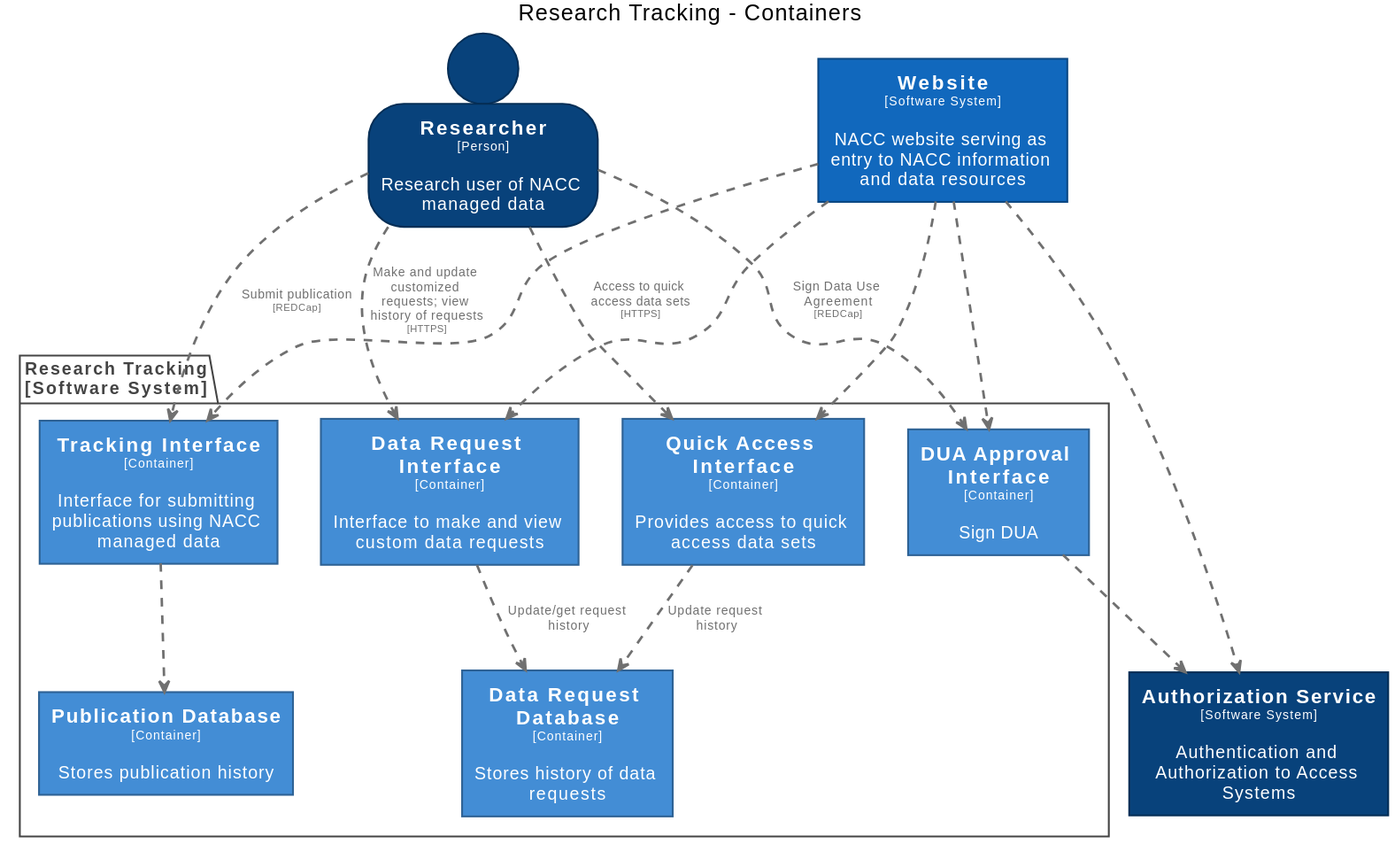
naccdata/system-design keeps this PlantUML diagram as docs/images/structurizr-ResearchTrackingContainers.svg. Above is the earlier version.
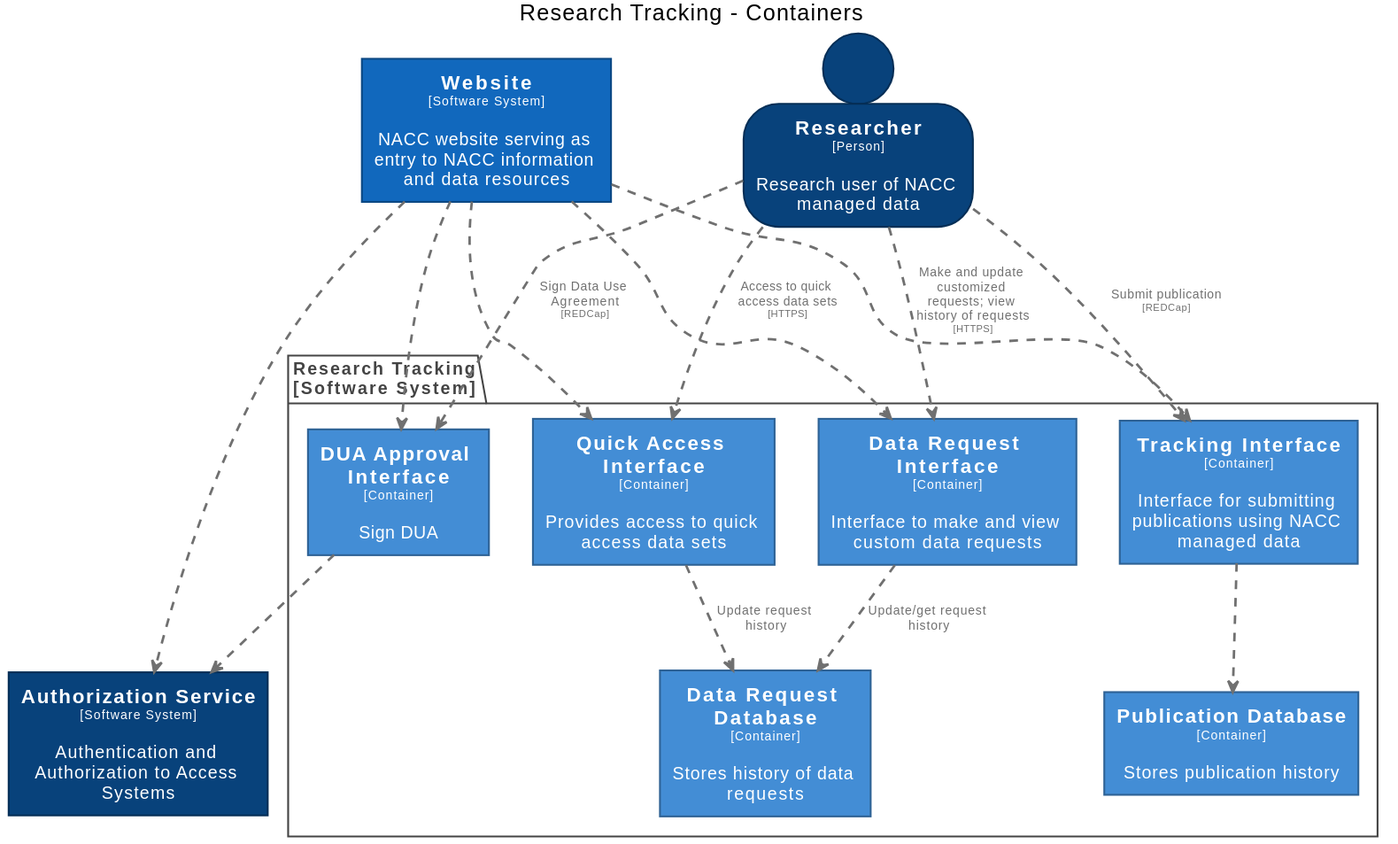
Above is the later version.

The edit, as a diff of the source:
```diff
@@ -59,9 +59,9 @@
   BorderColor #0b4884
 }
 
-person "==Researcher\n<size:10>[Person]</size>\n\nResearch user of NACC managed data" <<Researcher>> as Researcher
 rectangle "==Website\n<size:10>[Software System]</size>\n\nNACC website serving as entry to NACC information and data resources" <<Website>> as Website
 rectangle "==Authorization Service\n<size:10>[Software System]</size>\n\nAuthentication and Authorization to Access Systems" <<AuthorizationService>> as AuthorizationService
+person "==Researcher\n<size:10>[Person]</size>\n\nResearch user of NACC managed data" <<Researcher>> as Researcher
 
 package "Research Tracking\n[Software System]" <<ResearchTracking>> {
   skinparam PackageBorderColor<<ResearchTracking>> #444444
```
